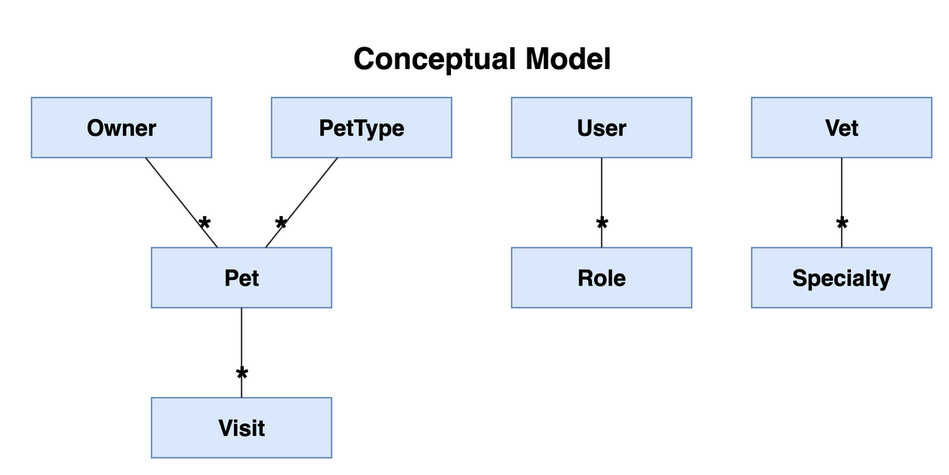
The draw.io diagram petclinic-backend/docs/ConceptualModel.drawio.png in victorrentea/petclinic, before a commit. Source tidied: cells renumbered, new cells last; positions are measured from the earlier drawing's top-left corner, leaving out a move shared by most shapes. The source it was exported from:
```xml
<mxGraphModel>
  <root>
    <mxCell id="0" />
    <mxCell id="1" parent="0" />
    <mxCell id="2" value="Conceptual Model" style="text;html=1;fontSize=20;fontStyle=1;align=center;" parent="1" vertex="1">
      <mxGeometry x="110" width="380" height="30" as="geometry" />
    </mxCell>
    <mxCell id="3" value="Owner" style="rounded=0;whiteSpace=wrap;html=1;fillColor=#dae8fc;strokeColor=#6c8ebf;fontSize=15;fontStyle=1;" parent="1" vertex="1">
      <mxGeometry y="45" width="120" height="40" as="geometry" />
    </mxCell>
    <mxCell id="4" value="PetType" style="rounded=0;whiteSpace=wrap;html=1;fillColor=#dae8fc;strokeColor=#6c8ebf;fontSize=15;fontStyle=1;" parent="1" vertex="1">
      <mxGeometry x="160" y="45" width="120" height="40" as="geometry" />
    </mxCell>
    <mxCell id="5" value="User" style="rounded=0;whiteSpace=wrap;html=1;fillColor=#dae8fc;strokeColor=#6c8ebf;fontSize=15;fontStyle=1;" parent="1" vertex="1">
      <mxGeometry x="320" y="45" width="120" height="40" as="geometry" />
    </mxCell>
    <mxCell id="6" value="Vet" style="rounded=0;whiteSpace=wrap;html=1;fillColor=#dae8fc;strokeColor=#6c8ebf;fontSize=15;fontStyle=1;" parent="1" vertex="1">
      <mxGeometry x="480" y="45" width="120" height="40" as="geometry" />
    </mxCell>
    <mxCell id="7" value="Pet" style="rounded=0;whiteSpace=wrap;html=1;fillColor=#dae8fc;strokeColor=#6c8ebf;fontSize=15;fontStyle=1;" parent="1" vertex="1">
      <mxGeometry x="80" y="145" width="120" height="40" as="geometry" />
    </mxCell>
    <mxCell id="8" value="Role" style="rounded=0;whiteSpace=wrap;html=1;fillColor=#dae8fc;strokeColor=#6c8ebf;fontSize=15;fontStyle=1;" parent="1" vertex="1">
      <mxGeometry x="320" y="145" width="120" height="40" as="geometry" />
    </mxCell>
    <mxCell id="9" value="Specialty" style="rounded=0;whiteSpace=wrap;html=1;fillColor=#dae8fc;strokeColor=#6c8ebf;fontSize=15;fontStyle=1;" parent="1" vertex="1">
      <mxGeometry x="480" y="145" width="120" height="40" as="geometry" />
    </mxCell>
    <mxCell id="10" value="Visit" style="rounded=0;whiteSpace=wrap;html=1;fillColor=#dae8fc;strokeColor=#6c8ebf;fontSize=15;fontStyle=1;" parent="1" vertex="1">
      <mxGeometry x="80" y="245" width="120" height="40" as="geometry" />
    </mxCell>
    <mxCell id="11" style="endArrow=none;html=1;strokeColor=#333333;fontSize=12;" parent="1" edge="1" source="3" target="7">
      <mxGeometry relative="1" as="geometry" />
    </mxCell>
    <mxCell id="12" value="*" style="edgeLabel;html=1;align=center;verticalAlign=middle;fontSize=24;fontStyle=1;labelBackgroundColor=none;" parent="11" vertex="1">
      <mxGeometry x="0.6" relative="1" as="geometry" />
    </mxCell>
    <mxCell id="13" style="endArrow=none;html=1;strokeColor=#333333;fontSize=12;" parent="1" edge="1" source="4" target="7">
      <mxGeometry relative="1" as="geometry" />
    </mxCell>
    <mxCell id="14" value="*" style="edgeLabel;html=1;align=center;verticalAlign=middle;fontSize=24;fontStyle=1;labelBackgroundColor=none;" parent="13" vertex="1">
      <mxGeometry x="0.6" relative="1" as="geometry" />
    </mxCell>
    <mxCell id="15" style="endArrow=none;html=1;strokeColor=#333333;fontSize=12;" parent="1" edge="1" source="7" target="10">
      <mxGeometry relative="1" as="geometry" />
    </mxCell>
    <mxCell id="16" value="*" style="edgeLabel;html=1;align=center;verticalAlign=middle;fontSize=24;fontStyle=1;labelBackgroundColor=none;" parent="15" vertex="1">
      <mxGeometry x="0.6" relative="1" as="geometry" />
    </mxCell>
    <mxCell id="17" style="endArrow=none;html=1;strokeColor=#333333;fontSize=12;" parent="1" edge="1" source="5" target="8">
      <mxGeometry relative="1" as="geometry" />
    </mxCell>
    <mxCell id="18" value="*" style="edgeLabel;html=1;align=center;verticalAlign=middle;fontSize=24;fontStyle=1;labelBackgroundColor=none;" parent="17" vertex="1">
      <mxGeometry x="0.6" relative="1" as="geometry" />
    </mxCell>
    <mxCell id="19" style="endArrow=none;html=1;strokeColor=#333333;fontSize=12;" parent="1" edge="1" source="6" target="9">
      <mxGeometry relative="1" as="geometry" />
    </mxCell>
    <mxCell id="20" value="*" style="edgeLabel;html=1;align=center;verticalAlign=middle;fontSize=24;fontStyle=1;labelBackgroundColor=none;" parent="19" vertex="1">
      <mxGeometry x="0.6" relative="1" as="geometry" />
    </mxCell>
  </root>
</mxGraphModel>
```
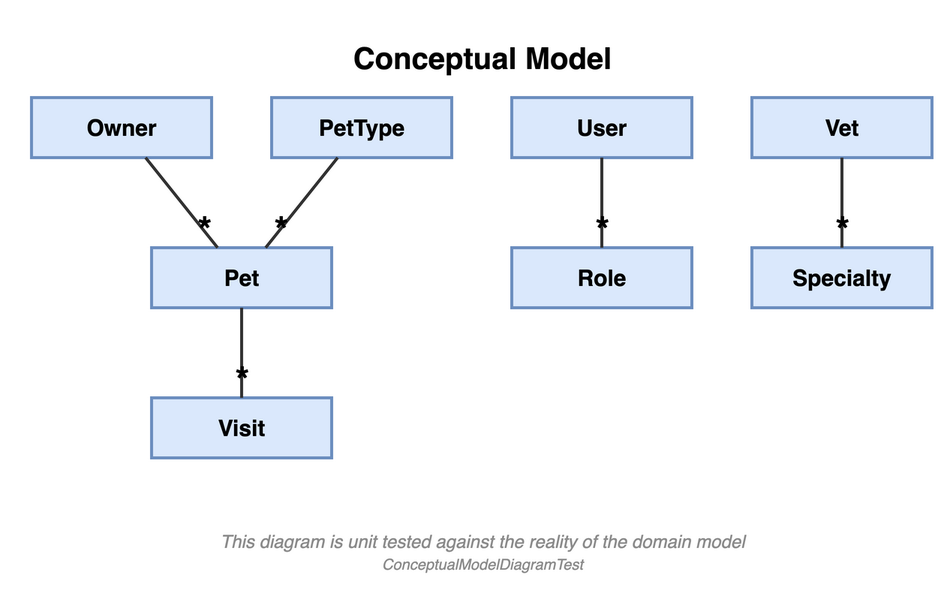
After the change.

The edit, as a diff of the source:
```diff
@@ -5,59 +5,62 @@
     <mxCell id="2" value="Conceptual Model" style="text;html=1;fontSize=20;fontStyle=1;align=center;" parent="1" vertex="1">
       <mxGeometry x="110" width="380" height="30" as="geometry" />
     </mxCell>
-    <mxCell id="3" value="Owner" style="rounded=0;whiteSpace=wrap;html=1;fillColor=#dae8fc;strokeColor=#6c8ebf;fontSize=15;fontStyle=1;" parent="1" vertex="1">
+    <mxCell id="3" value="Owner" style="rounded=0;whiteSpace=wrap;html=1;fillColor=#dae8fc;strokeColor=#6c8ebf;fontSize=15;fontStyle=1;strokeWidth=2;" parent="1" vertex="1">
       <mxGeometry y="45" width="120" height="40" as="geometry" />
     </mxCell>
-    <mxCell id="4" value="PetType" style="rounded=0;whiteSpace=wrap;html=1;fillColor=#dae8fc;strokeColor=#6c8ebf;fontSize=15;fontStyle=1;" parent="1" vertex="1">
+    <mxCell id="4" value="PetType" style="rounded=0;whiteSpace=wrap;html=1;fillColor=#dae8fc;strokeColor=#6c8ebf;fontSize=15;fontStyle=1;strokeWidth=2;" parent="1" vertex="1">
       <mxGeometry x="160" y="45" width="120" height="40" as="geometry" />
     </mxCell>
-    <mxCell id="5" value="User" style="rounded=0;whiteSpace=wrap;html=1;fillColor=#dae8fc;strokeColor=#6c8ebf;fontSize=15;fontStyle=1;" parent="1" vertex="1">
+    <mxCell id="5" value="User" style="rounded=0;whiteSpace=wrap;html=1;fillColor=#dae8fc;strokeColor=#6c8ebf;fontSize=15;fontStyle=1;strokeWidth=2;" parent="1" vertex="1">
       <mxGeometry x="320" y="45" width="120" height="40" as="geometry" />
     </mxCell>
-    <mxCell id="6" value="Vet" style="rounded=0;whiteSpace=wrap;html=1;fillColor=#dae8fc;strokeColor=#6c8ebf;fontSize=15;fontStyle=1;" parent="1" vertex="1">
+    <mxCell id="6" value="Vet" style="rounded=0;whiteSpace=wrap;html=1;fillColor=#dae8fc;strokeColor=#6c8ebf;fontSize=15;fontStyle=1;strokeWidth=2;" parent="1" vertex="1">
       <mxGeometry x="480" y="45" width="120" height="40" as="geometry" />
     </mxCell>
-    <mxCell id="7" value="Pet" style="rounded=0;whiteSpace=wrap;html=1;fillColor=#dae8fc;strokeColor=#6c8ebf;fontSize=15;fontStyle=1;" parent="1" vertex="1">
+    <mxCell id="7" value="Pet" style="rounded=0;whiteSpace=wrap;html=1;fillColor=#dae8fc;strokeColor=#6c8ebf;fontSize=15;fontStyle=1;strokeWidth=2;" parent="1" vertex="1">
       <mxGeometry x="80" y="145" width="120" height="40" as="geometry" />
     </mxCell>
-    <mxCell id="8" value="Role" style="rounded=0;whiteSpace=wrap;html=1;fillColor=#dae8fc;strokeColor=#6c8ebf;fontSize=15;fontStyle=1;" parent="1" vertex="1">
+    <mxCell id="8" value="Role" style="rounded=0;whiteSpace=wrap;html=1;fillColor=#dae8fc;strokeColor=#6c8ebf;fontSize=15;fontStyle=1;strokeWidth=2;" parent="1" vertex="1">
       <mxGeometry x="320" y="145" width="120" height="40" as="geometry" />
     </mxCell>
-    <mxCell id="9" value="Specialty" style="rounded=0;whiteSpace=wrap;html=1;fillColor=#dae8fc;strokeColor=#6c8ebf;fontSize=15;fontStyle=1;" parent="1" vertex="1">
+    <mxCell id="9" value="Specialty" style="rounded=0;whiteSpace=wrap;html=1;fillColor=#dae8fc;strokeColor=#6c8ebf;fontSize=15;fontStyle=1;strokeWidth=2;" parent="1" vertex="1">
       <mxGeometry x="480" y="145" width="120" height="40" as="geometry" />
     </mxCell>
-    <mxCell id="10" value="Visit" style="rounded=0;whiteSpace=wrap;html=1;fillColor=#dae8fc;strokeColor=#6c8ebf;fontSize=15;fontStyle=1;" parent="1" vertex="1">
+    <mxCell id="10" value="Visit" style="rounded=0;whiteSpace=wrap;html=1;fillColor=#dae8fc;strokeColor=#6c8ebf;fontSize=15;fontStyle=1;strokeWidth=2;" parent="1" vertex="1">
       <mxGeometry x="80" y="245" width="120" height="40" as="geometry" />
     </mxCell>
-    <mxCell id="11" style="endArrow=none;html=1;strokeColor=#333333;fontSize=12;" parent="1" edge="1" source="3" target="7">
+    <mxCell id="11" style="endArrow=none;html=1;strokeColor=#333333;fontSize=12;strokeWidth=2;" parent="1" edge="1" source="3" target="7">
       <mxGeometry relative="1" as="geometry" />
     </mxCell>
     <mxCell id="12" value="*" style="edgeLabel;html=1;align=center;verticalAlign=middle;fontSize=24;fontStyle=1;labelBackgroundColor=none;" parent="11" vertex="1">
       <mxGeometry x="0.6" relative="1" as="geometry" />
     </mxCell>
-    <mxCell id="13" style="endArrow=none;html=1;strokeColor=#333333;fontSize=12;" parent="1" edge="1" source="4" target="7">
+    <mxCell id="13" style="endArrow=none;html=1;strokeColor=#333333;fontSize=12;strokeWidth=2;" parent="1" edge="1" source="4" target="7">
       <mxGeometry relative="1" as="geometry" />
     </mxCell>
     <mxCell id="14" value="*" style="edgeLabel;html=1;align=center;verticalAlign=middle;fontSize=24;fontStyle=1;labelBackgroundColor=none;" parent="13" vertex="1">
       <mxGeometry x="0.6" relative="1" as="geometry" />
     </mxCell>
-    <mxCell id="15" style="endArrow=none;html=1;strokeColor=#333333;fontSize=12;" parent="1" edge="1" source="7" target="10">
+    <mxCell id="15" style="endArrow=none;html=1;strokeColor=#333333;fontSize=12;strokeWidth=2;" parent="1" edge="1" source="7" target="10">
       <mxGeometry relative="1" as="geometry" />
     </mxCell>
     <mxCell id="16" value="*" style="edgeLabel;html=1;align=center;verticalAlign=middle;fontSize=24;fontStyle=1;labelBackgroundColor=none;" parent="15" vertex="1">
       <mxGeometry x="0.6" relative="1" as="geometry" />
     </mxCell>
-    <mxCell id="17" style="endArrow=none;html=1;strokeColor=#333333;fontSize=12;" parent="1" edge="1" source="5" target="8">
+    <mxCell id="17" style="endArrow=none;html=1;strokeColor=#333333;fontSize=12;strokeWidth=2;" parent="1" edge="1" source="5" target="8">
       <mxGeometry relative="1" as="geometry" />
     </mxCell>
     <mxCell id="18" value="*" style="edgeLabel;html=1;align=center;verticalAlign=middle;fontSize=24;fontStyle=1;labelBackgroundColor=none;" parent="17" vertex="1">
       <mxGeometry x="0.6" relative="1" as="geometry" />
     </mxCell>
-    <mxCell id="19" style="endArrow=none;html=1;strokeColor=#333333;fontSize=12;" parent="1" edge="1" source="6" target="9">
+    <mxCell id="19" style="endArrow=none;html=1;strokeColor=#333333;fontSize=12;strokeWidth=2;" parent="1" edge="1" source="6" target="9">
       <mxGeometry relative="1" as="geometry" />
     </mxCell>
     <mxCell id="20" value="*" style="edgeLabel;html=1;align=center;verticalAlign=middle;fontSize=24;fontStyle=1;labelBackgroundColor=none;" parent="19" vertex="1">
       <mxGeometry x="0.6" relative="1" as="geometry" />
     </mxCell>
+    <mxCell id="21" value="This diagram is unit tested against the reality of the domain model&lt;br&gt;&lt;font style=&quot;font-size: 10px&quot;&gt;ConceptualModelDiagramTest&lt;/font&gt;" style="text;html=1;fontSize=12;fontStyle=2;align=center;verticalAlign=middle;fontColor=#8C8C8C;" parent="1" vertex="1">
+      <mxGeometry y="330" width="600" height="36" as="geometry" />
+    </mxCell>
   </root>
 </mxGraphModel>
```
